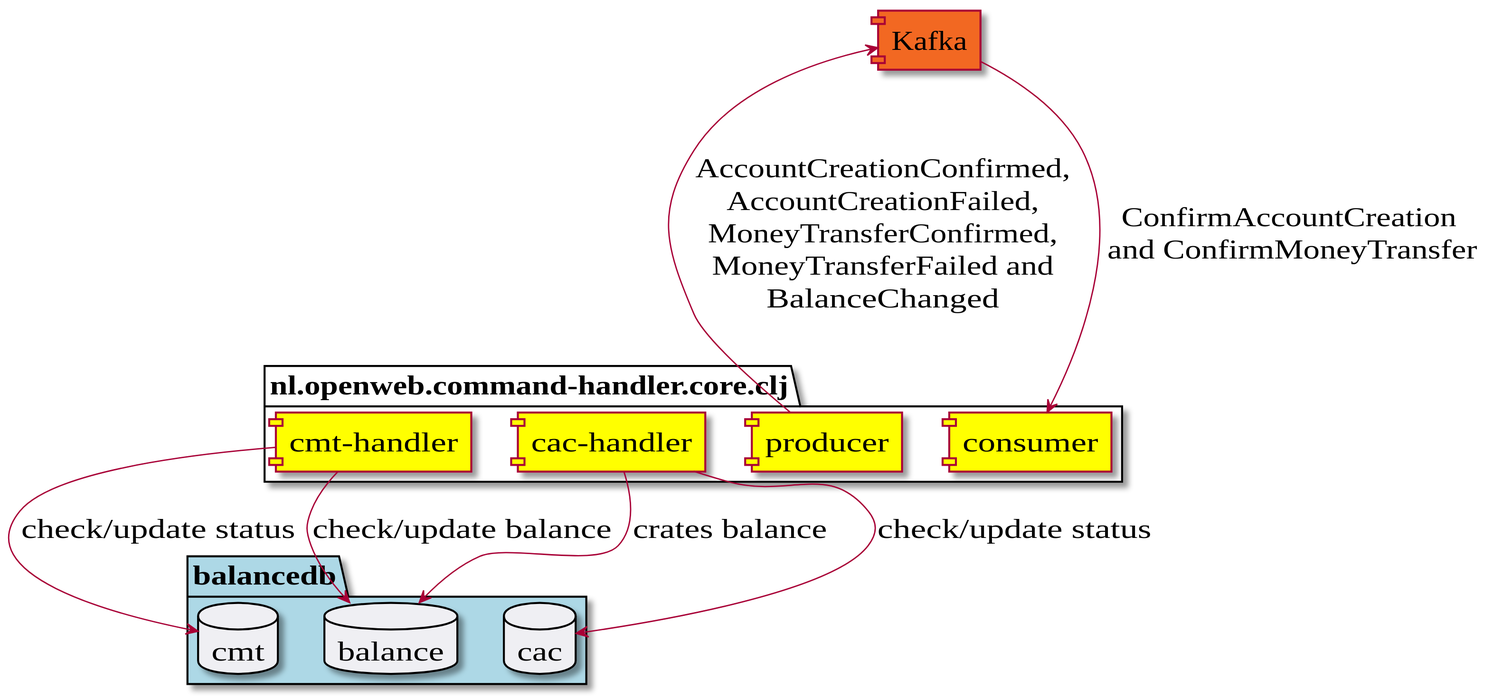
Above: docs/command-handler.svg in openweb-nl/kafka-graphql-examples (PlantUML), before the change.
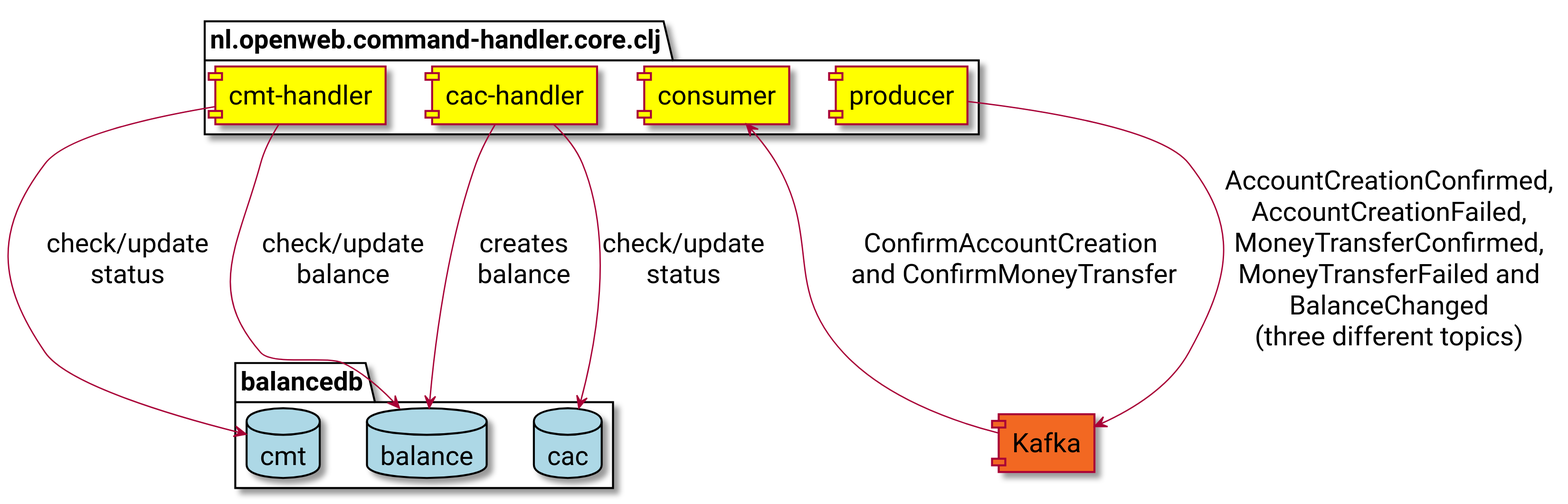
After the commit.

Change to the diagram source:
```diff
@@ -1,25 +1,25 @@
 @startuml
-skinparam defaultFontName Montserrat
+skinparam defaultFontName Roboto
 skinparam defaultFontSize 20
 
 package "nl.openweb.command-handler.core.clj" #White{
+    component "cmt-handler" as mth #Yellow
+    component "cac-handler" as ach #Yellow
     component consumer as c #Yellow
     component producer as p #Yellow
-    component "cmt-handler" as mth #Yellow
-    component "cac-handler" as ach #Yellow
 }
-package balancedb #LightBlue{
-    database balance #EFEFF3
-    database cac #EFEFF3
-    database cmt #EFEFF3
+package balancedb #White{
+    database balance #LightBlue
+    database cac #LightBlue
+    database cmt #LightBlue
 }
 component Kafka as kc #F26724
 
-mth --> cmt :check/update status
-ach --> cac :check/update status
-mth --> balance :check/update balance
-ach --> balance :crates balance
-kc <--- p :AccountCreationConfirmed,\nAccountCreationFailed,\nMoneyTransferConfirmed,\nMoneyTransferFailed and\nBalanceChanged
-c <--- kc :ConfirmAccountCreation\n and ConfirmMoneyTransfer
+mth --> cmt :check/update\nstatus
+ach --> cac :check/update\nstatus
+mth --> balance :check/update\nbalance
+ach --> balance :creates\nbalance
+p --> kc :AccountCreationConfirmed,\nAccountCreationFailed,\nMoneyTransferConfirmed,\nMoneyTransferFailed and\nBalanceChanged\n(three different topics)
+c <-- kc :ConfirmAccountCreation\n and ConfirmMoneyTransfer
 
 @enduml
```
